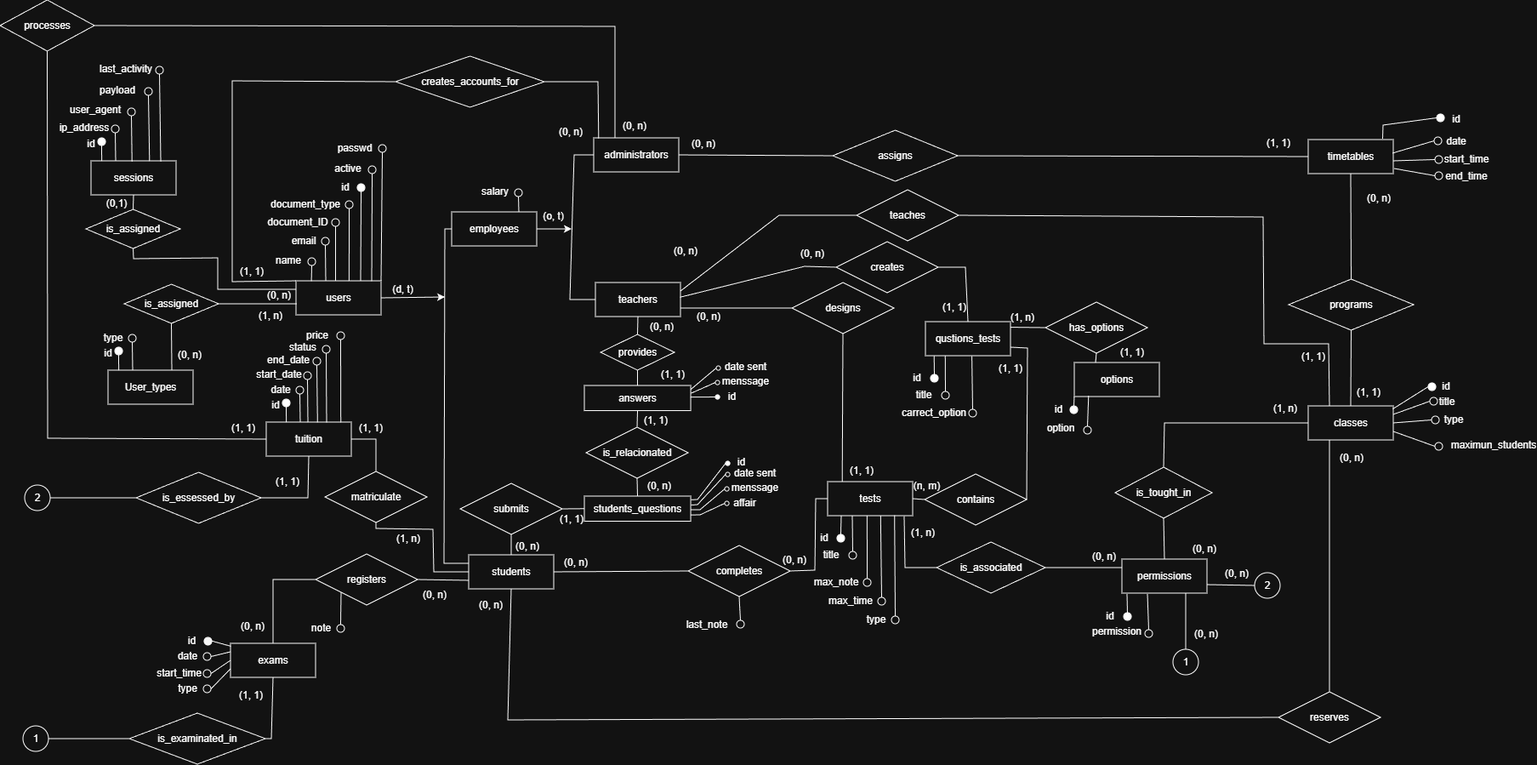
Earlier version of the draw.io export zOthers/DisenoBD/disenoConceptualAutoquiray.drawio.png (Timmo230/autoquiray). Source tidied: cells renumbered, new cells last; positions are measured from the earlier drawing's top-left corner, leaving out a move shared by most shapes.
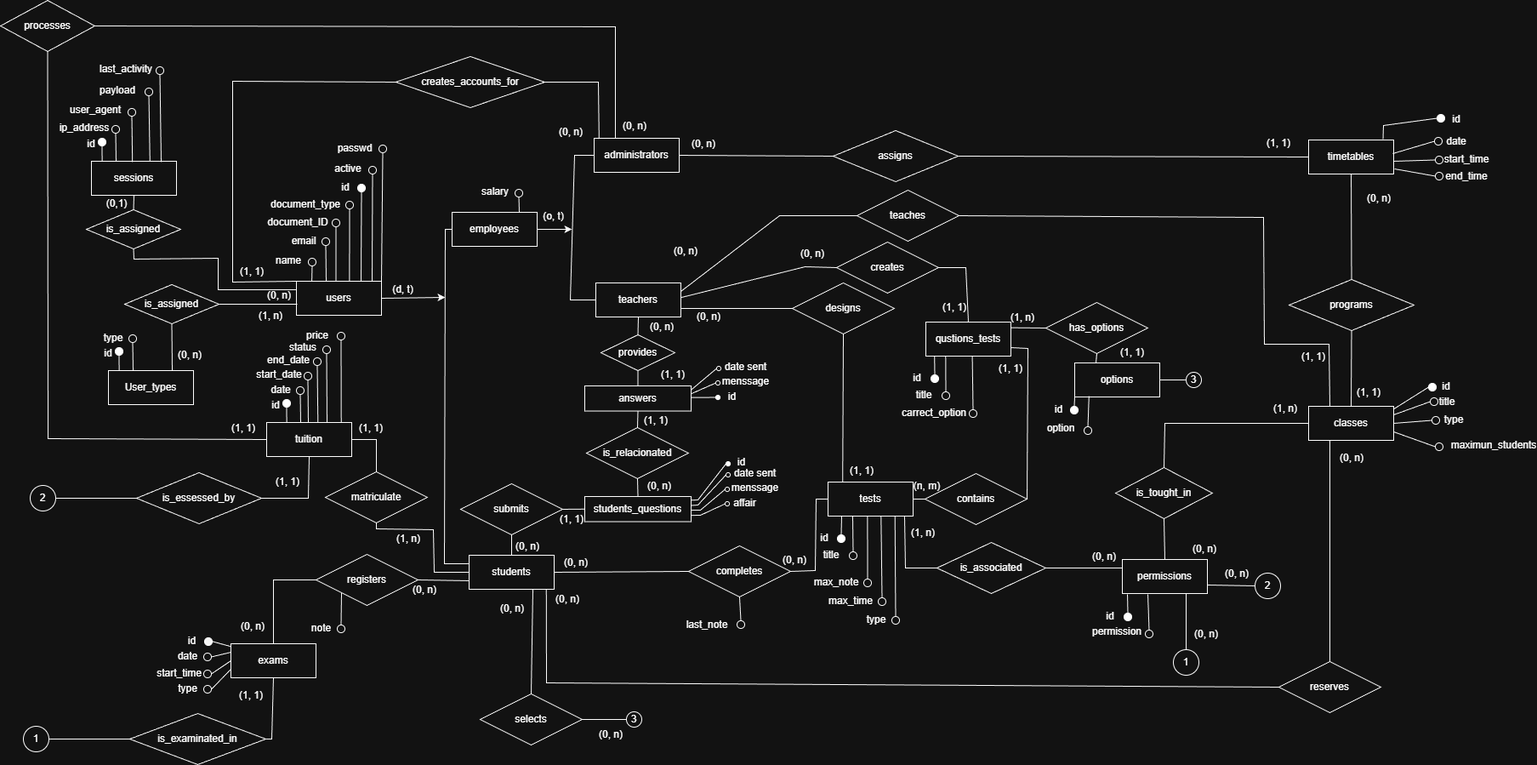
After the change.

The edit, as a diff of the source:
```diff
@@ -83,7 +83,7 @@
       <mxGeometry relative="1" as="geometry" />
     </mxCell>
     <mxCell id="25" value="contains" style="shape=rhombus;perimeter=rhombusPerimeter;whiteSpace=wrap;html=1;align=center;" parent="1" vertex="1">
-      <mxGeometry x="1087" y="557" width="120" height="60" as="geometry" />
+      <mxGeometry x="1087" y="556" width="120" height="60" as="geometry" />
     </mxCell>
     <mxCell id="26" style="endArrow=none;html=1;rounded=0;exitX=1;exitY=0.5;exitDx=0;exitDy=0;entryX=0;entryY=0.5;entryDx=0;entryDy=0;" parent="1" edge="1" source="289" target="25">
       <mxGeometry relative="1" as="geometry" />
@@ -268,12 +268,12 @@
       <mxGeometry relative="1" as="geometry" />
     </mxCell>
     <mxCell id="80" value="reserves" style="shape=rhombus;perimeter=rhombusPerimeter;whiteSpace=wrap;html=1;align=center;" parent="1" vertex="1">
-      <mxGeometry x="1503" y="813" width="120" height="60" as="geometry" />
+      <mxGeometry x="1503" y="777" width="120" height="60" as="geometry" />
     </mxCell>
-    <mxCell id="81" style="endArrow=none;html=1;rounded=0;exitX=0.5;exitY=1;exitDx=0;exitDy=0;entryX=0;entryY=0.5;entryDx=0;entryDy=0;" parent="1" edge="1" source="2" target="80">
+    <mxCell id="81" style="endArrow=none;html=1;rounded=0;exitX=0.908;exitY=0.999;exitDx=0;exitDy=0;entryX=0;entryY=0.5;entryDx=0;entryDy=0;exitPerimeter=0;" parent="1" edge="1" source="2" target="80">
       <mxGeometry relative="1" as="geometry">
         <Array as="points">
-          <mxPoint x="597" y="846" />
+          <mxPoint x="642" y="802" />
         </Array>
       </mxGeometry>
     </mxCell>
@@ -364,7 +364,7 @@
       <mxGeometry relative="1" as="geometry" />
     </mxCell>
     <mxCell id="108" value="(0, n)" style="text;html=1;whiteSpace=wrap;strokeColor=none;fillColor=none;align=center;verticalAlign=middle;rounded=0;" parent="1" vertex="1">
-      <mxGeometry x="547" y="696" width="60" height="30" as="geometry" />
+      <mxGeometry x="637" y="689" width="60" height="30" as="geometry" />
     </mxCell>
     <mxCell id="109" value="(0, n)" style="text;html=1;whiteSpace=wrap;strokeColor=none;fillColor=none;align=center;verticalAlign=middle;rounded=0;" parent="1" vertex="1">
       <mxGeometry x="1559" y="523" width="60" height="30" as="geometry" />
@@ -502,7 +502,7 @@
       </mxGeometry>
     </mxCell>
     <mxCell id="145" value="(0, n)" style="text;html=1;whiteSpace=wrap;strokeColor=none;fillColor=none;align=center;verticalAlign=middle;rounded=0;" parent="1" vertex="1">
-      <mxGeometry x="481" y="684" width="60" height="30" as="geometry" />
+      <mxGeometry x="469" y="678" width="60" height="30" as="geometry" />
     </mxCell>
     <mxCell id="146" value="(0, n)" style="text;html=1;whiteSpace=wrap;strokeColor=none;fillColor=none;align=center;verticalAlign=middle;rounded=0;" parent="1" vertex="1">
       <mxGeometry x="267" y="721" width="60" height="30" as="geometry" />
@@ -880,7 +880,7 @@
       <mxGeometry x="27" y="853" width="30" height="30" as="geometry" />
     </mxCell>
     <mxCell id="249" value="2" style="ellipse;whiteSpace=wrap;html=1;" parent="1" vertex="1">
-      <mxGeometry x="29" y="570" width="30" height="30" as="geometry" />
+      <mxGeometry x="35" y="570" width="30" height="30" as="geometry" />
     </mxCell>
     <mxCell id="250" style="endArrow=none;html=1;rounded=0;fontSize=12;startSize=8;endSize=8;curved=1;exitX=0;exitY=0.5;exitDx=0;exitDy=0;entryX=1;entryY=0.5;entryDx=0;entryDy=0;" parent="1" edge="1" source="207" target="249">
       <mxGeometry relative="1" as="geometry" />
@@ -1059,5 +1059,29 @@
     <mxCell id="302" style="endArrow=none;html=1;rounded=0;exitX=0.5;exitY=0;exitDx=0;exitDy=0;entryX=0.787;entryY=0.992;entryDx=0;entryDy=0;entryPerimeter=0;" parent="1" edge="1" source="301" target="289">
       <mxGeometry relative="1" as="geometry" />
     </mxCell>
+    <mxCell id="303" value="(0, n)" style="text;html=1;whiteSpace=wrap;strokeColor=none;fillColor=none;align=center;verticalAlign=middle;rounded=0;" parent="1" vertex="1">
+      <mxGeometry x="572" y="700" width="60" height="30" as="geometry" />
+    </mxCell>
+    <mxCell id="304" value="selects" style="shape=rhombus;perimeter=rhombusPerimeter;whiteSpace=wrap;html=1;align=center;" parent="1" vertex="1">
+      <mxGeometry x="564" y="815" width="120" height="60" as="geometry" />
+    </mxCell>
+    <mxCell id="305" style="endArrow=none;html=1;rounded=0;entryX=0.75;entryY=1;entryDx=0;entryDy=0;exitX=0.5;exitY=0;exitDx=0;exitDy=0;" parent="1" edge="1" source="304" target="2">
+      <mxGeometry relative="1" as="geometry" />
+    </mxCell>
+    <mxCell id="306" value="3" style="ellipse;whiteSpace=wrap;html=1;" parent="1" vertex="1">
+      <mxGeometry x="736" y="836" width="18" height="18" as="geometry" />
+    </mxCell>
+    <mxCell id="307" style="endArrow=none;html=1;rounded=0;exitX=1;exitY=0.5;exitDx=0;exitDy=0;entryX=0;entryY=0.5;entryDx=0;entryDy=0;" parent="1" edge="1" source="304" target="306">
+      <mxGeometry relative="1" as="geometry" />
+    </mxCell>
+    <mxCell id="308" value="3" style="ellipse;whiteSpace=wrap;html=1;" parent="1" vertex="1">
+      <mxGeometry x="1394" y="437" width="18" height="18" as="geometry" />
+    </mxCell>
+    <mxCell id="309" style="endArrow=none;html=1;rounded=0;exitX=1;exitY=0.5;exitDx=0;exitDy=0;entryX=0;entryY=0.5;entryDx=0;entryDy=0;" parent="1" edge="1" source="232" target="308">
+      <mxGeometry relative="1" as="geometry" />
+    </mxCell>
+    <mxCell id="310" value="(0, n)" style="text;html=1;whiteSpace=wrap;strokeColor=none;fillColor=none;align=center;verticalAlign=middle;rounded=0;" parent="1" vertex="1">
+      <mxGeometry x="688" y="848" width="60" height="30" as="geometry" />
+    </mxCell>
   </root>
 </mxGraphModel>
```
